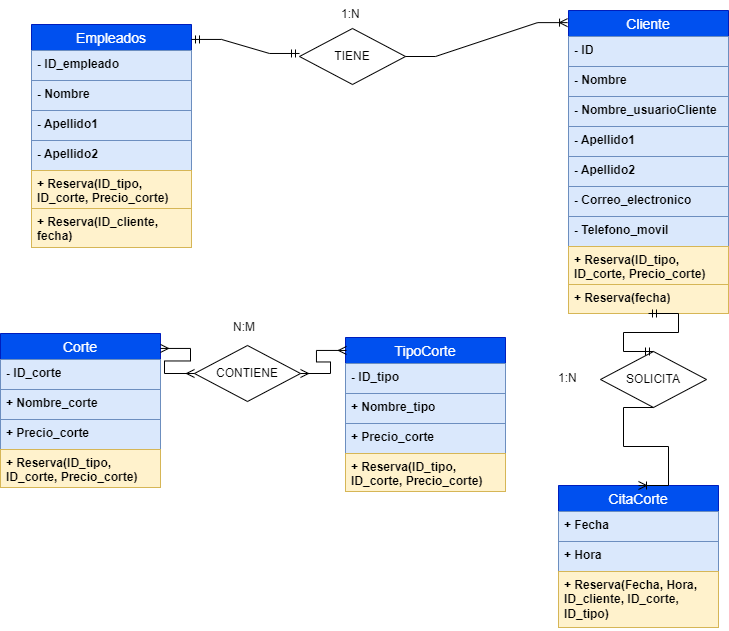
Above: doc/diagrama_clases/DrawIO/DiagramaClases.png in Jorgeev27/Servicio-Peluqueria (draw.io), before the change. Source tidied: cells renumbered, new cells last; positions are measured from the earlier drawing's top-left corner, leaving out a move shared by most shapes.
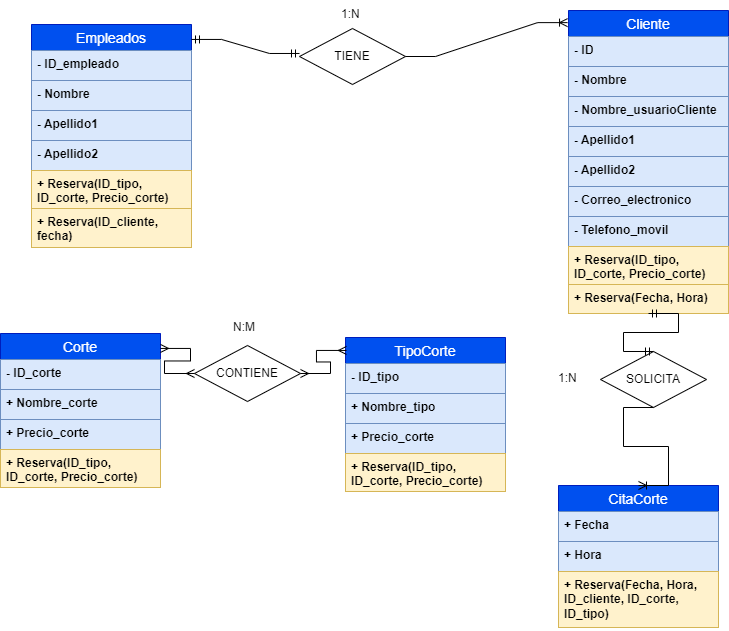
After the commit.

The edit, as a diff of the source:
```diff
@@ -56,7 +56,7 @@
     <mxCell id="19" value="&lt;b&gt;+ Reserva(ID_tipo, ID_corte, Precio_corte)&lt;/b&gt;" style="text;strokeColor=#d6b656;fillColor=#fff2cc;spacingLeft=4;spacingRight=4;overflow=hidden;fontSize=12;whiteSpace=wrap;html=1;" parent="11" vertex="1">
       <mxGeometry y="236" width="160" height="38" as="geometry" />
     </mxCell>
-    <mxCell id="20" value="&lt;b&gt;+ Reserva(fecha)&lt;/b&gt;" style="text;strokeColor=#d6b656;fillColor=#fff2cc;spacingLeft=4;spacingRight=4;overflow=hidden;fontSize=12;whiteSpace=wrap;html=1;" parent="11" vertex="1">
+    <mxCell id="20" value="&lt;b&gt;+ Reserva(Fecha, Hora)&lt;/b&gt;" style="text;strokeColor=#d6b656;fillColor=#fff2cc;spacingLeft=4;spacingRight=4;overflow=hidden;fontSize=12;whiteSpace=wrap;html=1;" parent="11" vertex="1">
       <mxGeometry y="274" width="160" height="29" as="geometry" />
     </mxCell>
     <mxCell id="21" value="Corte" style="swimlane;fontStyle=0;horizontal=1;startSize=26;align=center;fontSize=14;labelBackgroundColor=none;labelBorderColor=none;fillColor=#0050ef;strokeColor=#001DBC;fontColor=#ffffff;" parent="1" vertex="1">
```
